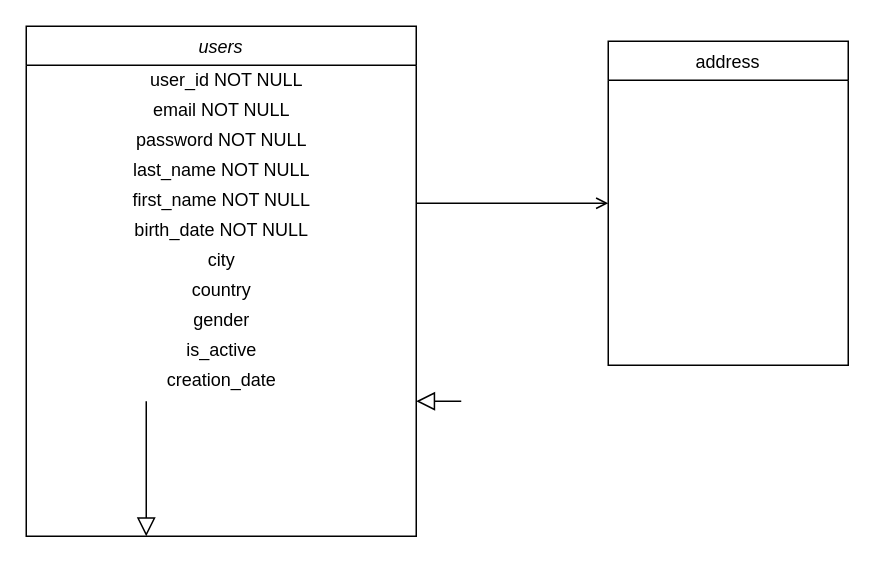
Earlier version of the draw.io diagram Untitled Diagram.drawio (Social-Link/table-schema). Source tidied: cells renumbered, new cells numbered last; positions are measured from the earlier drawing's top-left corner, leaving out a move shared by most shapes. Both pictures are drawn from the tidied source at 150%, with x=0, y=0 at pixel (26, 26).
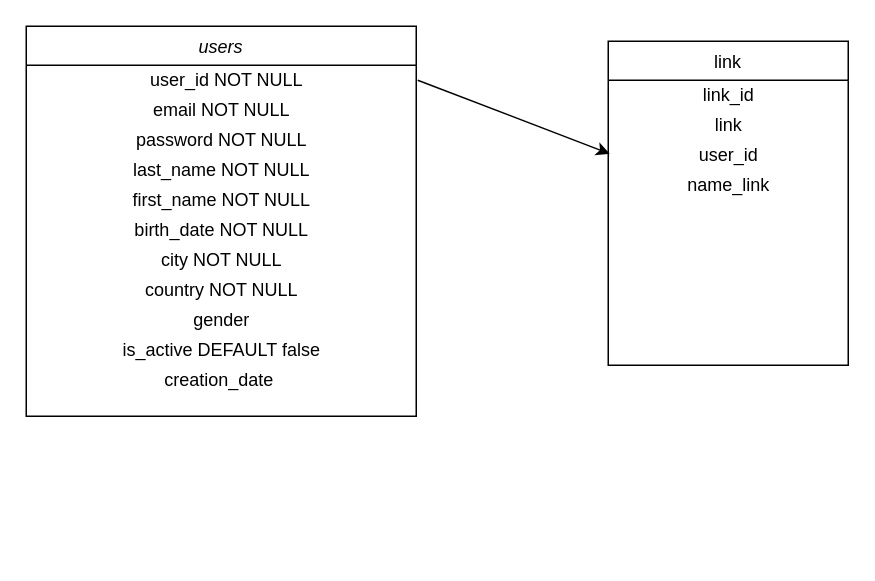
The same diagram, later.

Diff of the diagram source:
```diff
@@
     <mxCell id="2" value="users" style="swimlane;fontStyle=2;align=center;verticalAlign=top;horizontal=1;startSize=26;rounded=0;shadow=0;strokeWidth=1;" parent="1" vertex="1">
-      <mxGeometry width="260" height="340" as="geometry" />
+      <mxGeometry width="260" height="260" as="geometry" />
     </mxCell>
@@
-    <mxCell id="9" value="city" style="text;html=1;align=center;verticalAlign=middle;strokeColor=none;fillColor=none;" parent="2" vertex="1">
+    <mxCell id="9" value="city NOT NULL" style="text;html=1;align=center;verticalAlign=middle;strokeColor=none;fillColor=none;" parent="2" vertex="1">
       <mxGeometry y="146" width="260" height="20" as="geometry" />
     </mxCell>
-    <mxCell id="10" value="country" style="text;html=1;align=center;verticalAlign=middle;strokeColor=none;fillColor=none;" parent="2" vertex="1">
+    <mxCell id="10" value="country NOT NULL" style="text;html=1;align=center;verticalAlign=middle;strokeColor=none;fillColor=none;" parent="2" vertex="1">
       <mxGeometry y="166" width="260" height="20" as="geometry" />
     </mxCell>
@@
-    <mxCell id="12" value="is_active" style="text;html=1;align=center;verticalAlign=middle;strokeColor=none;fillColor=none;" parent="2" vertex="1">
+    <mxCell id="12" value="is_active DEFAULT false" style="text;html=1;align=center;verticalAlign=middle;strokeColor=none;fillColor=none;" parent="2" vertex="1">
       <mxGeometry y="206" width="260" height="20" as="geometry" />
     </mxCell>
-    <mxCell id="13" value="creation_date" style="text;html=1;align=center;verticalAlign=middle;strokeColor=none;fillColor=none;" parent="2" vertex="1">
+    <mxCell id="13" value="creation_date&amp;nbsp;" style="text;html=1;align=center;verticalAlign=middle;strokeColor=none;fillColor=none;" parent="2" vertex="1">
       <mxGeometry y="226" width="260" height="20" as="geometry" />
     </mxCell>
-    <mxCell id="14" style="endArrow=block;endSize=10;endFill=0;shadow=0;strokeWidth=1;rounded=0;edgeStyle=elbowEdgeStyle;elbow=vertical;" parent="1" edge="1" target="2">
-      <mxGeometry relative="1" as="geometry">
-        <mxPoint x="80" y="250" as="sourcePoint" />
-      </mxGeometry>
-    </mxCell>
-    <mxCell id="15" style="endArrow=block;endSize=10;endFill=0;shadow=0;strokeWidth=1;rounded=0;edgeStyle=elbowEdgeStyle;elbow=vertical;" parent="1" edge="1" target="2">
-      <mxGeometry relative="1" as="geometry">
-        <mxPoint x="290" y="250" as="sourcePoint" />
-      </mxGeometry>
-    </mxCell>
-    <mxCell id="16" value="address" style="swimlane;fontStyle=0;align=center;verticalAlign=top;horizontal=1;startSize=26;rounded=0;shadow=0;strokeWidth=1;" parent="1" vertex="1">
+    <mxCell id="16" value="link" style="swimlane;fontStyle=0;align=center;verticalAlign=top;horizontal=1;startSize=26;rounded=0;shadow=0;strokeWidth=1;" parent="1" vertex="1">
       <mxGeometry x="388" y="10" width="160" height="216" as="geometry" />
     </mxCell>
-    <mxCell id="17" style="endArrow=open;shadow=0;strokeWidth=1;rounded=0;endFill=1;edgeStyle=elbowEdgeStyle;elbow=vertical;" parent="1" edge="1" source="2" target="16">
-      <mxGeometry x="0.5" y="41" relative="1" as="geometry">
-        <mxPoint x="-40" y="32" as="offset" />
-      </mxGeometry>
-    </mxCell>
+    <mxCell id="18" value="link_id" style="text;html=1;align=center;verticalAlign=middle;strokeColor=none;fillColor=none;" parent="16" vertex="1">
+      <mxGeometry y="26" width="160" height="20" as="geometry" />
+    </mxCell>
+    <mxCell id="19" value="link" style="text;html=1;align=center;verticalAlign=middle;strokeColor=none;fillColor=none;" parent="16" vertex="1">
+      <mxGeometry y="46" width="160" height="20" as="geometry" />
+    </mxCell>
+    <mxCell id="20" value="user_id" style="text;html=1;align=center;verticalAlign=middle;strokeColor=none;fillColor=none;" parent="16" vertex="1">
+      <mxGeometry y="66" width="160" height="20" as="geometry" />
+    </mxCell>
+    <mxCell id="21" value="name_link" style="text;html=1;align=center;verticalAlign=middle;strokeColor=none;fillColor=none;" parent="16" vertex="1">
+      <mxGeometry y="86" width="160" height="20" as="geometry" />
+    </mxCell>
+    <mxCell id="22" style="endArrow=classic;html=1;rounded=0;entryX=-0.006;entryY=0.45;entryDx=0;entryDy=0;entryPerimeter=0;exitX=0.996;exitY=0.5;exitDx=0;exitDy=0;exitPerimeter=0;" parent="1" edge="1">
+      <mxGeometry relative="1" as="geometry">
+        <mxPoint x="261" y="36" as="sourcePoint" />
+        <mxPoint x="389" y="85" as="targetPoint" />
+      </mxGeometry>
+    </mxCell>
```
